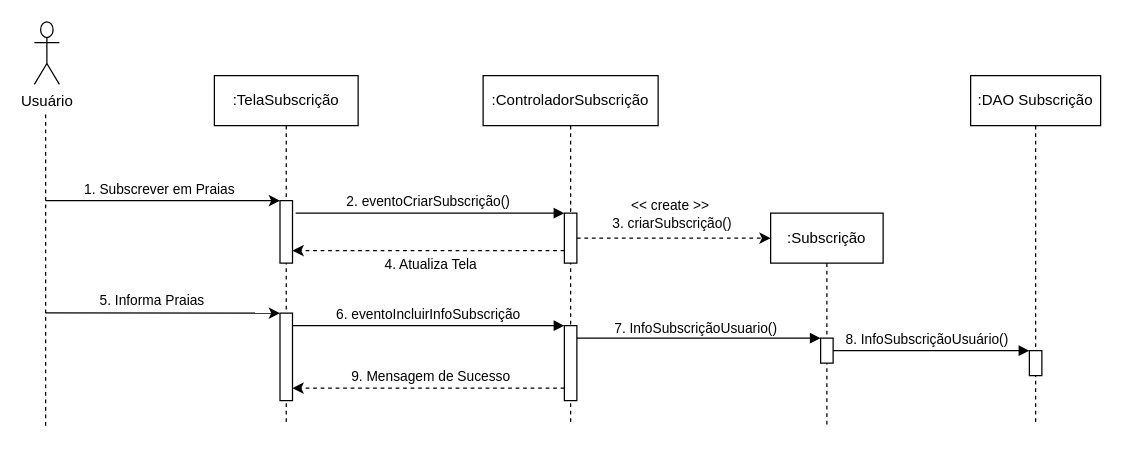
Hatz-D/Litoral-Puro-RJ keeps this draw.io diagram as src/drawio/Cadastrar-Praia.drawio. Above is the earlier version. Source tidied: cells renumbered, new cells numbered last; positions are measured from the earlier drawing's top-left corner, leaving out a move shared by most shapes. Both pictures are drawn from the tidied source at 125%, with x=0, y=0 at pixel (34, 21).
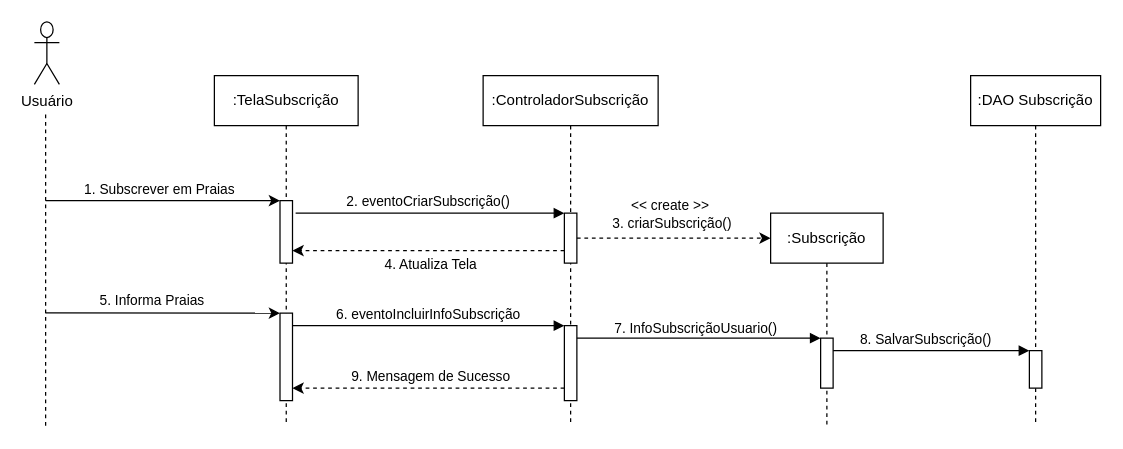
The same diagram, later.

The change refers to these unchanged cells:
```xml
<mxCell id="15" value=":DAO Subscrição" style="shape=umlLifeline;perimeter=lifelinePerimeter;whiteSpace=wrap;html=1;newEdgeStyle={&quot;edgeStyle&quot;:&quot;elbowEdgeStyle&quot;,&quot;elbow&quot;:&quot;vertical&quot;,&quot;curved&quot;:0,&quot;rounded&quot;:0};" parent="1" vertex="1">
  <mxGeometry x="749" y="43" width="104" height="280" as="geometry" />
</mxCell>
<mxCell id="21" value=":Subscrição" style="shape=umlLifeline;perimeter=lifelinePerimeter;whiteSpace=wrap;html=1;newEdgeStyle={&quot;edgeStyle&quot;:&quot;elbowEdgeStyle&quot;,&quot;elbow&quot;:&quot;vertical&quot;,&quot;curved&quot;:0,&quot;rounded&quot;:0};" parent="1" vertex="1">
  <mxGeometry x="589" y="153" width="90" height="170" as="geometry" />
</mxCell>
```

The edit, as a diff of the source:
```diff
@@
     <mxCell id="16" style="html=1;perimeter=orthogonalPerimeter;targetShapes=umlLifeline;newEdgeStyle={&quot;edgeStyle&quot;:&quot;elbowEdgeStyle&quot;,&quot;elbow&quot;:&quot;vertical&quot;,&quot;curved&quot;:0,&quot;rounded&quot;:0};" parent="15" vertex="1">
-      <mxGeometry x="47" y="220" width="10" height="20" as="geometry" />
+      <mxGeometry x="47" y="220" width="10" height="30" as="geometry" />
     </mxCell>
@@
     <mxCell id="22" style="html=1;perimeter=orthogonalPerimeter;targetShapes=umlLifeline;newEdgeStyle={&quot;edgeStyle&quot;:&quot;elbowEdgeStyle&quot;,&quot;elbow&quot;:&quot;vertical&quot;,&quot;curved&quot;:0,&quot;rounded&quot;:0};" parent="21" vertex="1">
-      <mxGeometry x="40" y="100" width="10" height="20" as="geometry" />
+      <mxGeometry x="40" y="100" width="10" height="40" as="geometry" />
     </mxCell>
@@
-    <mxCell id="27" value="8. InfoSubscriçãoUsuário()" style="html=1;verticalAlign=bottom;endArrow=block;edgeStyle=elbowEdgeStyle;elbow=vertical;curved=0;rounded=0;" parent="1" edge="1">
-      <mxGeometry x="-0.05" relative="1" as="geometry">
+    <mxCell id="27" value="8. SalvarSubscrição()" style="html=1;verticalAlign=bottom;endArrow=block;edgeStyle=elbowEdgeStyle;elbow=vertical;curved=0;rounded=0;" parent="1" edge="1">
+      <mxGeometry x="-0.06" relative="1" as="geometry">
         <mxPoint x="639" y="263" as="sourcePoint" />
         <mxPoint x="796" y="263" as="targetPoint" />
       </mxGeometry>
     </mxCell>
```
